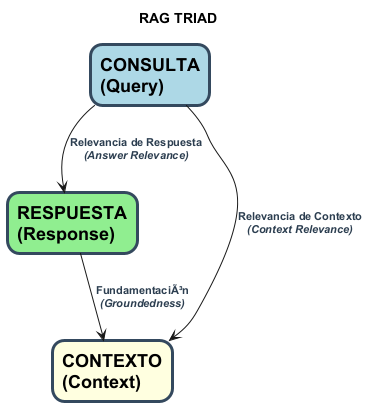
carloss4dv/langagent keeps this PlantUML diagram as img/rag_triad.png. Above is the earlier version. Source of this version:
```plantuml
@startuml RAG_Triad
skinparam backgroundColor white
skinparam defaultFontName Arial
skinparam defaultFontSize 16

skinparam rectangle {
    BackgroundColor #f8f9fa
    BorderColor #34495e
    BorderThickness 3
    RoundCorner 25
    FontStyle bold
    FontSize 18
}

skinparam arrow {
    FontSize 11
    FontStyle bold
    FontColor #2c3e50
}

title RAG TRIAD

rectangle "CONSULTA\n(Query)" as Query #lightblue
rectangle "RESPUESTA\n(Response)" as Response #lightgreen
rectangle "CONTEXTO\n(Context)" as Context #lightyellow

Response -[hidden]right- Context

Query --> Response : <b>Relevancia de Respuesta</b>\n<i>(Answer Relevance)</i>
Query --> Context : <b>Relevancia de Contexto</b>\n<i>(Context Relevance)</i>
Response --> Context : <b>FundamentaciÃ³n</b>\n<i>(Groundedness)</i>

@enduml
```
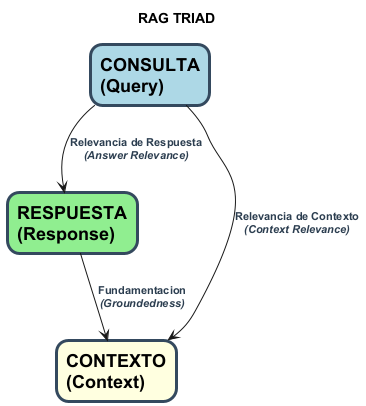
After the change.

What changed in the source:
```diff
@@ -28,6 +28,6 @@
 
 Query --> Response : <b>Relevancia de Respuesta</b>\n<i>(Answer Relevance)</i>
 Query --> Context : <b>Relevancia de Contexto</b>\n<i>(Context Relevance)</i>
-Response --> Context : <b>FundamentaciÃ³n</b>\n<i>(Groundedness)</i>
+Response --> Context : <b>Fundamentacion</b>\n<i>(Groundedness)</i>
 
 @enduml
```
